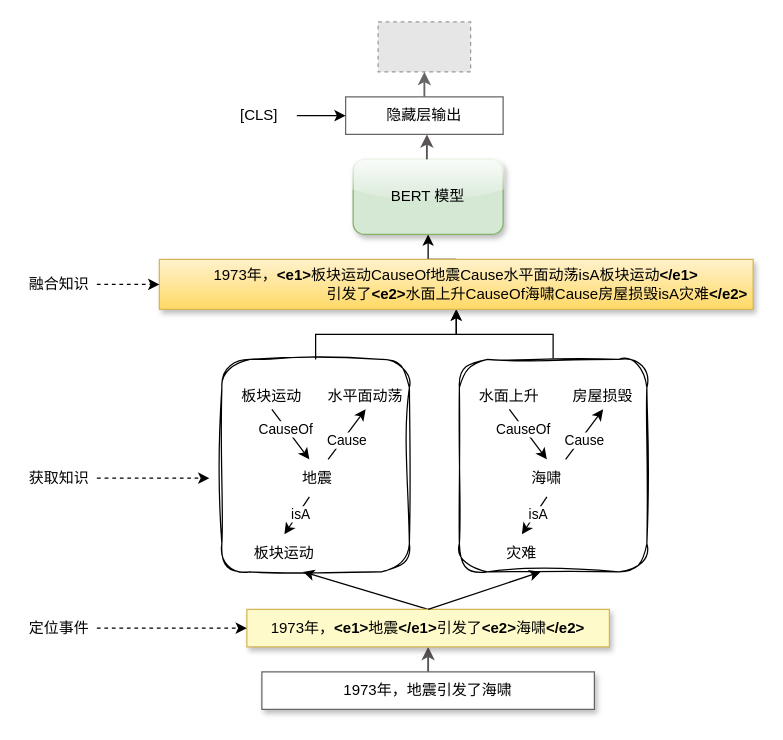
Earlier version of the draw.io diagram page "模糊-知识集成" (7 of 13) of 2.drawio (JiaXinLI98/myProject). Source tidied: cells renumbered, new cells numbered last; positions are measured from the earlier drawing's top-left corner, leaving out a move shared by most shapes. Both pictures are drawn from the tidied source at 125%, with x=0, y=0 at pixel (21, 21). Pictures stored in the file or linked from it are replaced by grey dashed boxes.
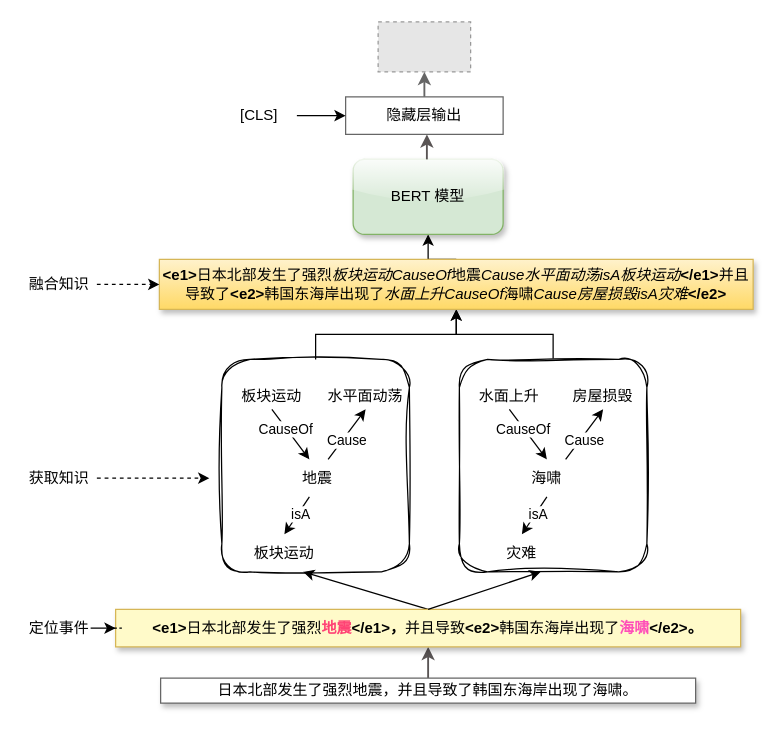
After the change.

What changed in the source:
```diff
@@
-    <mxCell id="3" value="1973年，地震引发了海啸" style="rounded=0;whiteSpace=wrap;html=1;shadow=1;strokeColor=#666666;" parent="1" vertex="1">
-      <mxGeometry x="192" y="520" width="266" height="30" as="geometry" />
+    <mxCell id="3" value="&lt;div&gt;日本北部发生了强烈地震，并且导致了韩国东海岸出现了海啸。&lt;/div&gt;" style="rounded=0;whiteSpace=wrap;html=1;shadow=1;strokeColor=#666666;" parent="1" vertex="1">
+      <mxGeometry x="111" y="525" width="428" height="20" as="geometry" />
     </mxCell>
@@
-    <mxCell id="5" value="1973年，&lt;b&gt;&amp;lt;e1&amp;gt;&lt;/b&gt;地震&lt;b&gt;&amp;lt;/e1&amp;gt;&lt;/b&gt;引发了&lt;b&gt;&amp;lt;e2&amp;gt;&lt;/b&gt;海啸&lt;b&gt;&amp;lt;/e2&amp;gt;&lt;/b&gt;" style="rounded=0;whiteSpace=wrap;html=1;shadow=1;strokeColor=#d6b656;fillColor=#FFFAC9;" parent="1" vertex="1">
-      <mxGeometry x="180" y="470" width="290" height="30" as="geometry" />
+    <mxCell id="5" value="&lt;b&gt;&amp;lt;e1&amp;gt;&lt;/b&gt;日本北部发生了强烈&lt;font color=&quot;#ff4275&quot;&gt;&lt;b&gt;地震&lt;/b&gt;&lt;/font&gt;&lt;b&gt;&amp;lt;/e1&amp;gt;，&lt;/b&gt;并且导致&lt;b&gt;&amp;lt;e2&amp;gt;&lt;/b&gt;韩国东海岸出现了&lt;font color=&quot;#ff4fb9&quot;&gt;&lt;b&gt;海啸&lt;/b&gt;&lt;/font&gt;&lt;b&gt;&amp;lt;/e2&amp;gt;。&lt;/b&gt;" style="rounded=0;whiteSpace=wrap;html=1;shadow=1;strokeColor=#d6b656;fillColor=#FFFAC9;" parent="1" vertex="1">
+      <mxGeometry x="75" y="470" width="500" height="30" as="geometry" />
     </mxCell>
@@
-    <mxCell id="32" value="1973年，&lt;b&gt;&amp;lt;e1&amp;gt;&lt;/b&gt;板块运动CauseOf地震Cause水平面动荡isA板块运动&lt;b&gt;&amp;lt;/e1&amp;gt;&lt;br&gt;&lt;/b&gt;&amp;nbsp; &amp;nbsp; &amp;nbsp; &amp;nbsp; &amp;nbsp; &amp;nbsp; &amp;nbsp; &amp;nbsp; &amp;nbsp; &amp;nbsp; &amp;nbsp; &amp;nbsp; &amp;nbsp; &amp;nbsp; &amp;nbsp; &amp;nbsp; &amp;nbsp; &amp;nbsp; &amp;nbsp; &amp;nbsp;引发了&lt;b&gt;&amp;lt;e2&amp;gt;&lt;/b&gt;水面上升CauseOf海啸Cause房屋损毁isA灾难&lt;b&gt;&amp;lt;/e2&amp;gt;&lt;/b&gt;" style="rounded=0;whiteSpace=wrap;html=1;shadow=1;strokeColor=#d6b656;fillColor=#fff2cc;gradientColor=#ffd966;" parent="1" vertex="1">
+    <mxCell id="32" value="&lt;b&gt;&amp;lt;e1&amp;gt;&lt;/b&gt;日本北部发生了强烈&lt;i&gt;板块运动CauseOf&lt;/i&gt;地震&lt;i&gt;Cause水平面动荡isA板块运动&lt;/i&gt;&lt;b&gt;&amp;lt;/e1&amp;gt;&lt;/b&gt;并且导致了&lt;b&gt;&amp;lt;e2&amp;gt;&lt;/b&gt;韩国东海岸出现了&lt;i&gt;水面上升CauseOf&lt;/i&gt;海啸&lt;i&gt;Cause房屋损毁isA灾难&lt;/i&gt;&lt;b&gt;&amp;lt;/e2&amp;gt;&lt;/b&gt;" style="rounded=0;whiteSpace=wrap;html=1;shadow=1;strokeColor=#d6b656;fillColor=#fff2cc;gradientColor=#ffd966;" parent="1" vertex="1">
       <mxGeometry x="110" y="190" width="475" height="40" as="geometry" />
     </mxCell>
```
